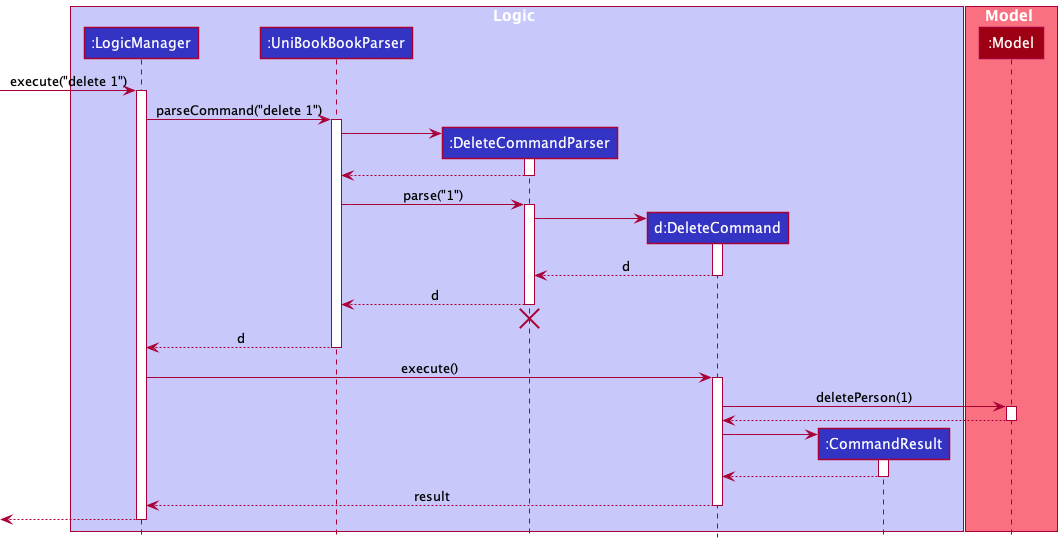
Above: docs/images/DeleteSequenceDiagram.png in nus-cs2103-AY2122S2/tp (PlantUML), before the change. Source of this version:
```plantuml
@startuml
!include style.puml

box Logic LOGIC_COLOR_T1
participant ":LogicManager" as LogicManager LOGIC_COLOR
participant ":UniBookBookParser" as UniBookBookParser LOGIC_COLOR
participant ":DeleteCommandParser" as DeleteCommandParser LOGIC_COLOR
participant "d:DeleteCommand" as DeleteCommand LOGIC_COLOR
participant ":CommandResult" as CommandResult LOGIC_COLOR
end box

box Model MODEL_COLOR_T1
participant ":Model" as Model MODEL_COLOR
end box

[-> LogicManager : execute("delete 1")
activate LogicManager

LogicManager -> UniBookBookParser : parseCommand("delete 1")
activate UniBookBookParser

create DeleteCommandParser
UniBookBookParser -> DeleteCommandParser
activate DeleteCommandParser

DeleteCommandParser --> UniBookBookParser
deactivate DeleteCommandParser

UniBookBookParser -> DeleteCommandParser : parse("1")
activate DeleteCommandParser

create DeleteCommand
DeleteCommandParser -> DeleteCommand
activate DeleteCommand

DeleteCommand --> DeleteCommandParser : d
deactivate DeleteCommand

DeleteCommandParser --> UniBookBookParser : d
deactivate DeleteCommandParser
DeleteCommandParser -[hidden]-> UniBookBookParser
destroy DeleteCommandParser

UniBookBookParser --> LogicManager : d
deactivate UniBookBookParser

LogicManager -> DeleteCommand : execute()
activate DeleteCommand

DeleteCommand -> Model : deletePerson(1)
activate Model

Model --> DeleteCommand
deactivate Model

create CommandResult
DeleteCommand -> CommandResult
activate CommandResult

CommandResult --> DeleteCommand
deactivate CommandResult

DeleteCommand --> LogicManager : result
deactivate DeleteCommand

[<--LogicManager
deactivate LogicManager
@enduml
```
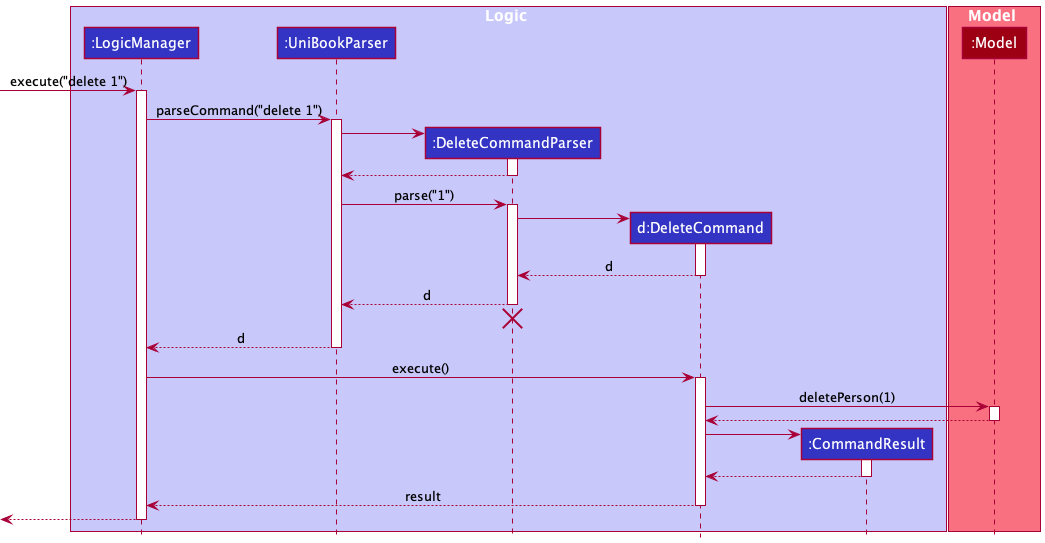
After the commit.

Commit message:
Fix delete sequence diagram repo

What changed in the source:
```diff
@@ -3,7 +3,7 @@
 
 box Logic LOGIC_COLOR_T1
 participant ":LogicManager" as LogicManager LOGIC_COLOR
-participant ":UniBookBookParser" as UniBookBookParser LOGIC_COLOR
+participant ":UniBookParser" as UniBookParser LOGIC_COLOR
 participant ":DeleteCommandParser" as DeleteCommandParser LOGIC_COLOR
 participant "d:DeleteCommand" as DeleteCommand LOGIC_COLOR
 participant ":CommandResult" as CommandResult LOGIC_COLOR
@@ -16,17 +16,17 @@
 [-> LogicManager : execute("delete 1")
 activate LogicManager
 
-LogicManager -> UniBookBookParser : parseCommand("delete 1")
-activate UniBookBookParser
+LogicManager -> UniBookParser : parseCommand("delete 1")
+activate UniBookParser
 
 create DeleteCommandParser
-UniBookBookParser -> DeleteCommandParser
+UniBookParser -> DeleteCommandParser
 activate DeleteCommandParser
 
-DeleteCommandParser --> UniBookBookParser
+DeleteCommandParser --> UniBookParser
 deactivate DeleteCommandParser
 
-UniBookBookParser -> DeleteCommandParser : parse("1")
+UniBookParser -> DeleteCommandParser : parse("1")
 activate DeleteCommandParser
 
 create DeleteCommand
@@ -36,13 +36,13 @@
 DeleteCommand --> DeleteCommandParser : d
 deactivate DeleteCommand
 
-DeleteCommandParser --> UniBookBookParser : d
+DeleteCommandParser --> UniBookParser : d
 deactivate DeleteCommandParser
-DeleteCommandParser -[hidden]-> UniBookBookParser
+DeleteCommandParser -[hidden]-> UniBookParser
 destroy DeleteCommandParser
 
-UniBookBookParser --> LogicManager : d
-deactivate UniBookBookParser
+UniBookParser --> LogicManager : d
+deactivate UniBookParser
 
 LogicManager -> DeleteCommand : execute()
 activate DeleteCommand
```
